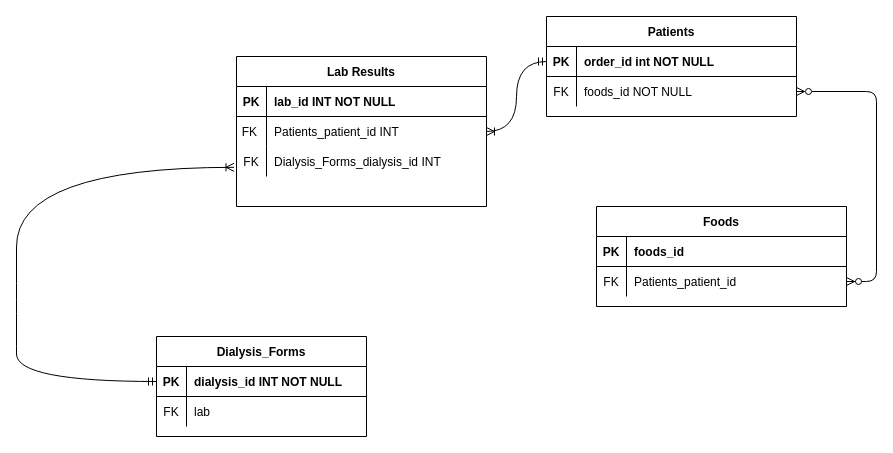
Before: ER Diagram.drawio.xml in dedenny/Database-Portfolio-My-Kidney-Nutrition-Tracker-Application, a draw.io diagram. Source tidied: cells renumbered, new cells numbered last; positions are measured from the earlier drawing's top-left corner, leaving out a move shared by most shapes. Both pictures are drawn from the tidied source at 100%, with x=0, y=0 at pixel (16, 16).
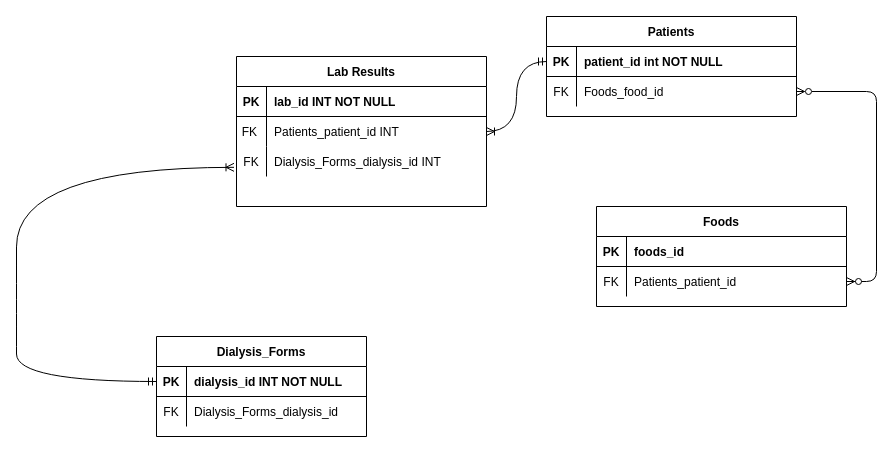
The same page after the edit.

The change refers to these unchanged cells:
```xml
<mxCell id="4" style="shape=partialRectangle;fillColor=none;points=[[0,0.5],[1,0.5]];portConstraint=eastwest;top=0;left=0;right=0;bottom=1;" parent="3" vertex="1">
  <mxGeometry y="30" width="250" height="30" as="geometry" />
</mxCell>
<mxCell id="7" style="shape=partialRectangle;fillColor=none;points=[[0,0.5],[1,0.5]];portConstraint=eastwest;top=0;left=0;right=0;bottom=0;" parent="3" vertex="1">
  <mxGeometry y="60" width="250" height="30" as="geometry" />
</mxCell>
<mxCell id="31" style="shape=tableRow;horizontal=0;startSize=0;swimlaneHead=0;swimlaneBody=0;fillColor=none;top=0;left=0;right=0;bottom=0;" parent="27" vertex="1">
  <mxGeometry y="60" width="210" height="30" as="geometry" />
</mxCell>
```

The edit, as a diff of the source:
```diff
@@
-    <mxCell id="6" value="order_id int NOT NULL " style="shape=partialRectangle;overflow=hidden;fillColor=none;top=0;left=0;bottom=0;right=0;align=left;spacingLeft=6;fontStyle=1;" parent="4" vertex="1">
+    <mxCell id="6" value="patient_id int NOT NULL " style="shape=partialRectangle;overflow=hidden;fillColor=none;top=0;left=0;bottom=0;right=0;align=left;spacingLeft=6;fontStyle=1;" parent="4" vertex="1">
       <mxGeometry x="30" width="220" height="30" as="geometry" />
     </mxCell>
@@
-    <mxCell id="9" value="foods_id NOT NULL" style="shape=partialRectangle;overflow=hidden;fillColor=none;top=0;left=0;bottom=0;right=0;align=left;spacingLeft=6;" parent="7" vertex="1">
+    <mxCell id="9" value="Foods_food_id" style="shape=partialRectangle;overflow=hidden;fillColor=none;top=0;left=0;bottom=0;right=0;align=left;spacingLeft=6;" parent="7" vertex="1">
       <mxGeometry x="30" width="220" height="30" as="geometry" />
     </mxCell>
@@
-    <mxCell id="33" value="lab" style="shape=partialRectangle;fillColor=none;top=0;left=0;bottom=0;right=0;align=left;spacingLeft=6;overflow=hidden;" parent="31" vertex="1">
+    <mxCell id="33" value="Dialysis_Forms_dialysis_id" style="shape=partialRectangle;fillColor=none;top=0;left=0;bottom=0;right=0;align=left;spacingLeft=6;overflow=hidden;" parent="31" vertex="1">
       <mxGeometry x="30" width="180" height="30" as="geometry" />
     </mxCell>
```
